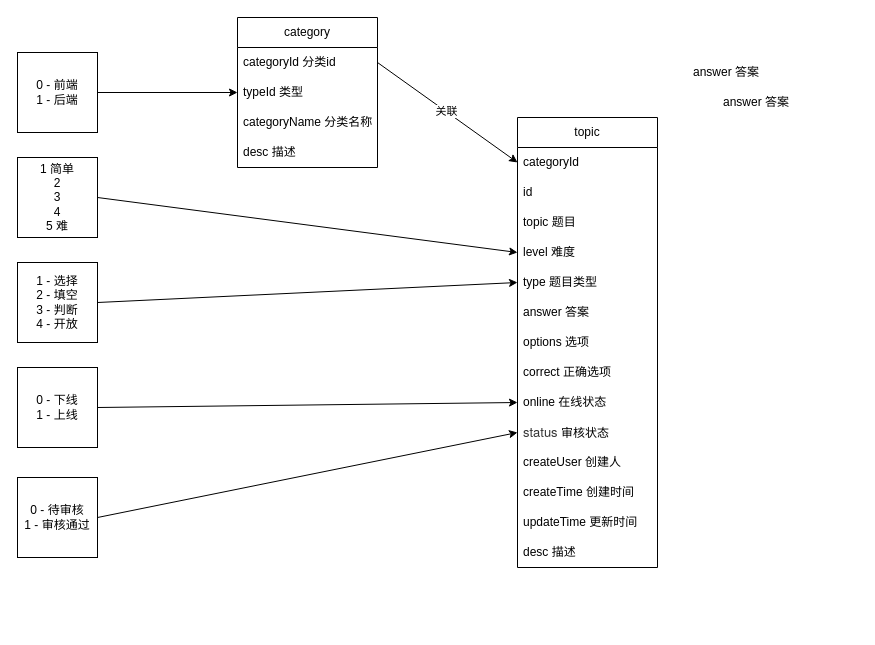
Before: dataModel/model.dio in a835100635/face_server, a draw.io diagram. Source tidied: cells renumbered, new cells numbered last; positions are measured from the earlier drawing's top-left corner, leaving out a move shared by most shapes. Both pictures are drawn from the tidied source at 100%, with x=0, y=0 at pixel (17, 17).
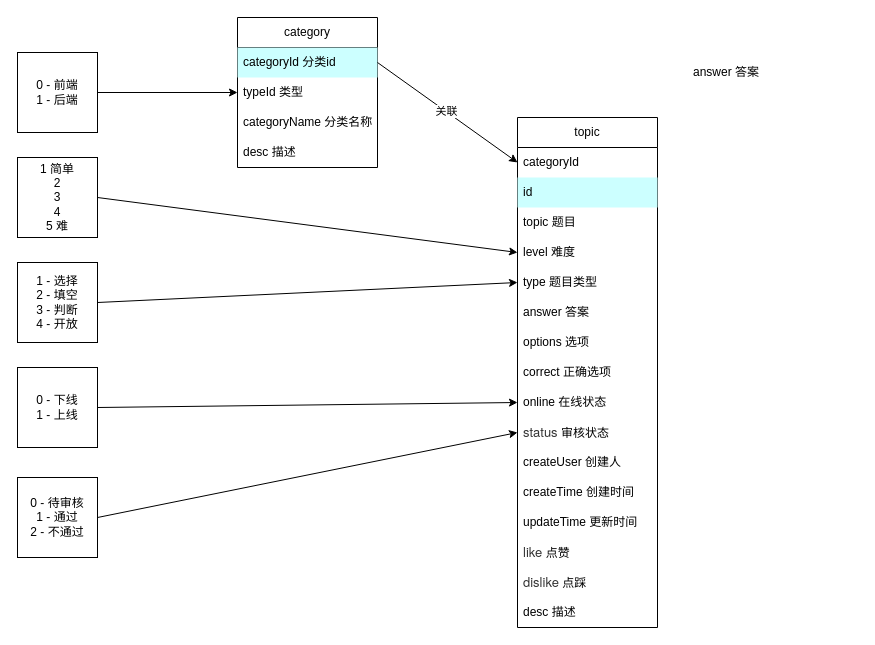
The same page after the edit.

The change refers to these unchanged cells:
```xml
<mxCell id="2" value="category" style="swimlane;fontStyle=0;horizontal=1;startSize=30;whiteSpace=wrap;html=1;" parent="1" vertex="1">
  <mxGeometry x="220" width="140" height="150" as="geometry" />
</mxCell>
```

Diff of the diagram source:
```diff
@@
-    <mxCell id="3" value="categoryId 分类id" style="text;strokeColor=none;fillColor=none;align=left;verticalAlign=middle;spacingLeft=4;spacingRight=4;overflow=hidden;points=[[0,0.5],[1,0.5]];portConstraint=eastwest;whiteSpace=wrap;html=1;" parent="2" vertex="1">
+    <mxCell id="3" value="categoryId 分类id" style="text;strokeColor=none;fillColor=#CCFFFF;align=left;verticalAlign=middle;spacingLeft=4;spacingRight=4;overflow=hidden;points=[[0,0.5],[1,0.5]];portConstraint=eastwest;whiteSpace=wrap;html=1;" parent="2" vertex="1">
       <mxGeometry y="30" width="140" height="30" as="geometry" />
     </mxCell>
@@
     <mxCell id="7" value="topic" style="swimlane;fontStyle=0;horizontal=1;startSize=30;whiteSpace=wrap;html=1;" parent="1" vertex="1">
-      <mxGeometry x="500" y="100" width="140" height="450" as="geometry" />
+      <mxGeometry x="500" y="100" width="140" height="510" as="geometry" />
     </mxCell>
@@
-    <mxCell id="9" value="id" style="text;strokeColor=none;fillColor=none;align=left;verticalAlign=middle;spacingLeft=4;spacingRight=4;overflow=hidden;whiteSpace=wrap;html=1;" parent="7" vertex="1">
+    <mxCell id="9" value="id" style="text;strokeColor=none;fillColor=#CCFFFF;align=left;verticalAlign=middle;spacingLeft=4;spacingRight=4;overflow=hidden;whiteSpace=wrap;html=1;" parent="7" vertex="1">
       <mxGeometry y="60" width="140" height="30" as="geometry" />
     </mxCell>
@@
+    <mxCell id="36" value="&lt;span style=&quot;color: rgb(51, 51, 51); font-family: &amp;quot;Helvetica Neue&amp;quot;, Helvetica, Arial, &amp;quot;Hiragino Sans GB&amp;quot;, &amp;quot;Hiragino Sans GB W3&amp;quot;, &amp;quot;Microsoft YaHei UI&amp;quot;, &amp;quot;Microsoft YaHei&amp;quot;, sans-serif; font-size: 13px;&quot;&gt;like&amp;nbsp;&lt;/span&gt;点赞" style="text;strokeColor=none;fillColor=none;align=left;verticalAlign=middle;spacingLeft=4;spacingRight=4;overflow=hidden;whiteSpace=wrap;html=1;" parent="7" vertex="1">
+      <mxGeometry y="420" width="140" height="30" as="geometry" />
+    </mxCell>
+    <mxCell id="31" value="&lt;span style=&quot;color: rgb(51, 51, 51); font-family: &amp;quot;Helvetica Neue&amp;quot;, Helvetica, Arial, &amp;quot;Hiragino Sans GB&amp;quot;, &amp;quot;Hiragino Sans GB W3&amp;quot;, &amp;quot;Microsoft YaHei UI&amp;quot;, &amp;quot;Microsoft YaHei&amp;quot;, sans-serif; font-size: 13px;&quot;&gt;dislike&lt;/span&gt;&amp;nbsp;点踩" style="text;strokeColor=none;fillColor=none;align=left;verticalAlign=middle;spacingLeft=4;spacingRight=4;overflow=hidden;whiteSpace=wrap;html=1;" parent="7" vertex="1">
+      <mxGeometry y="450" width="140" height="30" as="geometry" />
+    </mxCell>
     <mxCell id="21" value="desc 描述" style="text;strokeColor=none;fillColor=none;align=left;verticalAlign=middle;spacingLeft=4;spacingRight=4;overflow=hidden;whiteSpace=wrap;html=1;" parent="7" vertex="1">
-      <mxGeometry y="420" width="140" height="30" as="geometry" />
+      <mxGeometry y="480" width="140" height="30" as="geometry" />
     </mxCell>
@@
-    <mxCell id="31" value="answer 答案" style="text;strokeColor=none;fillColor=none;align=left;verticalAlign=middle;spacingLeft=4;spacingRight=4;overflow=hidden;whiteSpace=wrap;html=1;" parent="1" vertex="1">
-      <mxGeometry x="700" y="70" width="140" height="30" as="geometry" />
-    </mxCell>
@@
-    <mxCell id="35" value="0 - 待审核&lt;br&gt;1 - 审核通过" style="whiteSpace=wrap;html=1;" parent="1" vertex="1">
+    <mxCell id="35" value="0 - 待审核&lt;br&gt;1 - 通过&lt;br&gt;2 - 不通过" style="whiteSpace=wrap;html=1;" parent="1" vertex="1">
       <mxGeometry y="460" width="80" height="80" as="geometry" />
     </mxCell>
```
